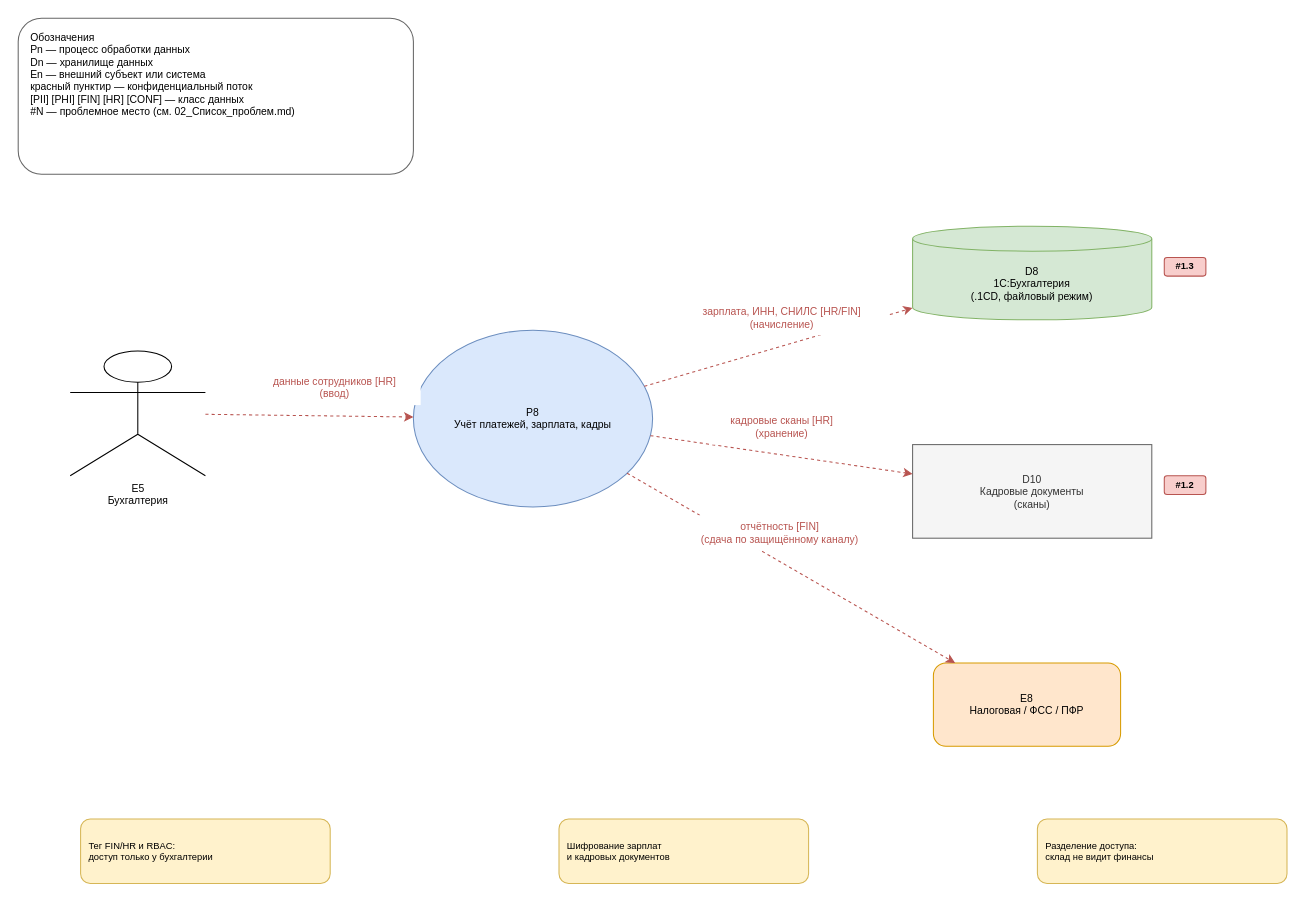
The draw.io diagram Task1/DFD_TO-BE/DFD_6_Бухгалтерский учёт_TO-BE.drawio in IlyaLivingstone/architecture-medikamente, before the edit. Source tidied: cells renumbered, new cells numbered last; positions are measured from the earlier drawing's top-left corner, leaving out a move shared by most shapes. Both pictures are drawn from the tidied source at 104%, with x=0, y=0 at pixel (18, 18).
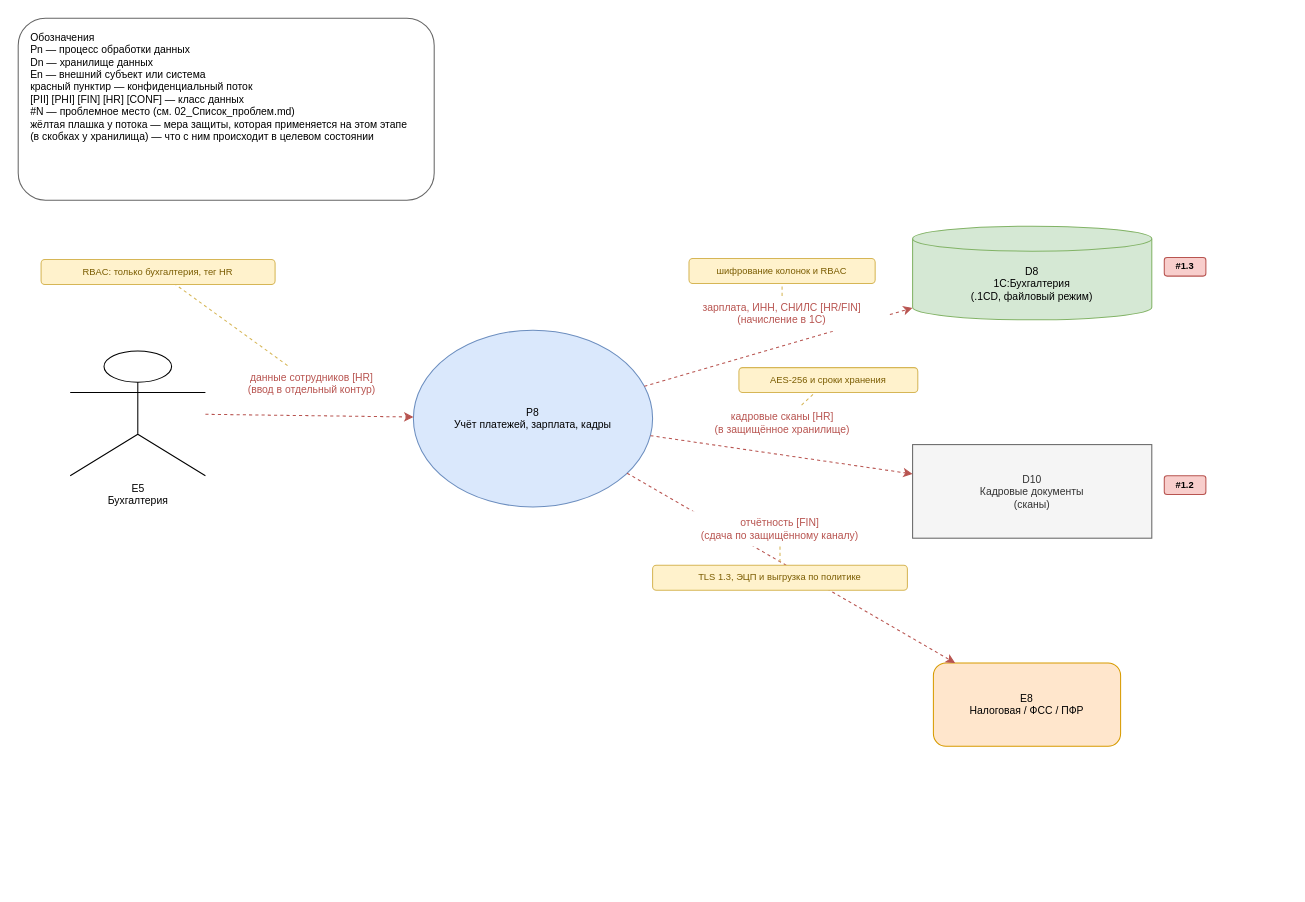
The same page after the edit.

Diff of the diagram source:
```diff
@@
-    <mxCell id="8" value="данные сотрудников [HR]&lt;br&gt;(ввод)" style="rounded=0;whiteSpace=wrap;html=1;align=center;verticalAlign=middle;fillColor=#ffffff;strokeColor=none;fontSize=10;fontColor=#b85450;" parent="1" vertex="1">
-      <mxGeometry x="222" y="338" width="165" height="34" as="geometry" />
+    <mxCell id="8" value="данные сотрудников [HR]&lt;br&gt;(ввод в отдельный контур)" style="rounded=0;whiteSpace=wrap;html=1;align=center;verticalAlign=middle;fillColor=#ffffff;strokeColor=none;fontSize=10;fontColor=#b85450;" parent="1" vertex="1">
+      <mxGeometry x="193" y="334" width="179" height="34" as="geometry" />
     </mxCell>
+    <mxCell id="21" value="RBAC: только бухгалтерия, тег HR" style="rounded=1;whiteSpace=wrap;html=1;fontSize=9;fillColor=#fff2cc;strokeColor=#d6b656;fontColor=#7a5c00;align=center;verticalAlign=middle;spacingLeft=4;spacingRight=4;" parent="1" vertex="1">
+      <mxGeometry x="22" y="232" width="225" height="24" as="geometry" />
+    </mxCell>
+    <mxCell id="22" style="html=1;endArrow=none;rounded=0;dashed=1;strokeColor=#d6b656;strokeWidth=1;" parent="1" edge="1" source="8" target="21">
+      <mxGeometry relative="1" as="geometry" />
+    </mxCell>
@@
-    <mxCell id="10" value="зарплата, ИНН, СНИЛС [HR/FIN]&lt;br&gt;(начисление)" style="rounded=0;whiteSpace=wrap;html=1;align=center;verticalAlign=middle;fillColor=#ffffff;strokeColor=none;fontSize=10;fontColor=#b85450;" parent="1" vertex="1">
-      <mxGeometry x="632" y="271" width="205" height="34" as="geometry" />
+    <mxCell id="10" value="зарплата, ИНН, СНИЛС [HR/FIN]&lt;br&gt;(начисление в 1С)" style="rounded=0;whiteSpace=wrap;html=1;align=center;verticalAlign=middle;fillColor=#ffffff;strokeColor=none;fontSize=10;fontColor=#b85450;" parent="1" vertex="1">
+      <mxGeometry x="632" y="267" width="205" height="34" as="geometry" />
     </mxCell>
+    <mxCell id="23" value="шифрование колонок и RBAC" style="rounded=1;whiteSpace=wrap;html=1;fontSize=9;fillColor=#fff2cc;strokeColor=#d6b656;fontColor=#7a5c00;align=center;verticalAlign=middle;spacingLeft=4;spacingRight=4;" parent="1" vertex="1">
+      <mxGeometry x="645" y="231" width="179" height="24" as="geometry" />
+    </mxCell>
+    <mxCell id="24" style="html=1;endArrow=none;rounded=0;dashed=1;strokeColor=#d6b656;strokeWidth=1;" parent="1" edge="1" source="10" target="23">
+      <mxGeometry relative="1" as="geometry" />
+    </mxCell>
@@
-    <mxCell id="12" value="кадровые сканы [HR]&lt;br&gt;(хранение)" style="rounded=0;whiteSpace=wrap;html=1;align=center;verticalAlign=middle;fillColor=#ffffff;strokeColor=none;fontSize=10;fontColor=#b85450;" parent="1" vertex="1">
-      <mxGeometry x="665" y="376" width="139" height="34" as="geometry" />
+    <mxCell id="12" value="кадровые сканы [HR]&lt;br&gt;(в защищённое хранилище)" style="rounded=0;whiteSpace=wrap;html=1;align=center;verticalAlign=middle;fillColor=#ffffff;strokeColor=none;fontSize=10;fontColor=#b85450;" parent="1" vertex="1">
+      <mxGeometry x="649" y="372" width="172" height="34" as="geometry" />
     </mxCell>
+    <mxCell id="25" value="AES-256 и сроки хранения" style="rounded=1;whiteSpace=wrap;html=1;fontSize=9;fillColor=#fff2cc;strokeColor=#d6b656;fontColor=#7a5c00;align=center;verticalAlign=middle;spacingLeft=4;spacingRight=4;" parent="1" vertex="1">
+      <mxGeometry x="693" y="336" width="172" height="24" as="geometry" />
+    </mxCell>
+    <mxCell id="26" style="html=1;endArrow=none;rounded=0;dashed=1;strokeColor=#d6b656;strokeWidth=1;" parent="1" edge="1" source="12" target="25">
+      <mxGeometry relative="1" as="geometry" />
+    </mxCell>
@@
     <mxCell id="14" value="отчётность [FIN]&lt;br&gt;(сдача по защищённому каналу)" style="rounded=0;whiteSpace=wrap;html=1;align=center;verticalAlign=middle;fillColor=#ffffff;strokeColor=none;fontSize=10;fontColor=#b85450;" parent="1" vertex="1">
-      <mxGeometry x="630" y="478" width="205" height="34" as="geometry" />
+      <mxGeometry x="630" y="474" width="205" height="34" as="geometry" />
     </mxCell>
+    <mxCell id="27" value="TLS 1.3, ЭЦП и выгрузка по политике" style="rounded=1;whiteSpace=wrap;html=1;fontSize=9;fillColor=#fff2cc;strokeColor=#d6b656;fontColor=#7a5c00;align=center;verticalAlign=middle;spacingLeft=4;spacingRight=4;" parent="1" vertex="1">
+      <mxGeometry x="610" y="526" width="245" height="24" as="geometry" />
+    </mxCell>
+    <mxCell id="28" style="html=1;endArrow=none;rounded=0;dashed=1;strokeColor=#d6b656;strokeWidth=1;" parent="1" edge="1" source="14" target="27">
+      <mxGeometry relative="1" as="geometry" />
+    </mxCell>
@@
-    <mxCell id="17" value="Тег FIN/HR и RBAC:&lt;br&gt;доступ только у бухгалтерии" style="rounded=1;whiteSpace=wrap;html=1;fontSize=9;fillColor=#fff2cc;strokeColor=#d6b656;align=left;spacingLeft=6;" parent="1" vertex="1">
-      <mxGeometry x="60" y="770" width="240" height="62" as="geometry" />
-    </mxCell>
-    <mxCell id="18" value="Шифрование зарплат&lt;br&gt;и кадровых документов" style="rounded=1;whiteSpace=wrap;html=1;fontSize=9;fillColor=#fff2cc;strokeColor=#d6b656;align=left;spacingLeft=6;" parent="1" vertex="1">
-      <mxGeometry x="520" y="770" width="240" height="62" as="geometry" />
-    </mxCell>
-    <mxCell id="19" value="Разделение доступа:&lt;br&gt;склад не видит финансы" style="rounded=1;whiteSpace=wrap;html=1;fontSize=9;fillColor=#fff2cc;strokeColor=#d6b656;align=left;spacingLeft=6;" parent="1" vertex="1">
-      <mxGeometry x="980" y="770" width="240" height="62" as="geometry" />
-    </mxCell>
-    <mxCell id="20" value="Обозначения&lt;br&gt;Pn — процесс обработки данных&lt;br&gt;Dn — хранилище данных&lt;br&gt;En — внешний субъект или система&lt;br&gt;красный пунктир — конфиденциальный поток&lt;br&gt;[PII] [PHI] [FIN] [HR] [CONF] — класс данных&lt;br&gt;#N — проблемное место (см. 02_Список_проблем.md)" style="rounded=1;whiteSpace=wrap;html=1;fontSize=10;fillColor=#ffffff;strokeColor=#666666;align=left;verticalAlign=top;spacingLeft=10;spacingTop=6;" parent="1" vertex="1">
-      <mxGeometry width="380" height="150" as="geometry" />
+    <mxCell id="20" value="Обозначения&lt;br&gt;Pn — процесс обработки данных&lt;br&gt;Dn — хранилище данных&lt;br&gt;En — внешний субъект или система&lt;br&gt;красный пунктир — конфиденциальный поток&lt;br&gt;[PII] [PHI] [FIN] [HR] [CONF] — класс данных&lt;br&gt;#N — проблемное место (см. 02_Список_проблем.md)&lt;br&gt;жёлтая плашка у потока — мера защиты, которая применяется на этом этапе&lt;br&gt;(в скобках у хранилища) — что с ним происходит в целевом состоянии" style="rounded=1;whiteSpace=wrap;html=1;fontSize=10;fillColor=#ffffff;strokeColor=#666666;align=left;verticalAlign=top;spacingLeft=10;spacingTop=6;" parent="1" vertex="1">
+      <mxGeometry width="400" height="175" as="geometry" />
     </mxCell>
```
